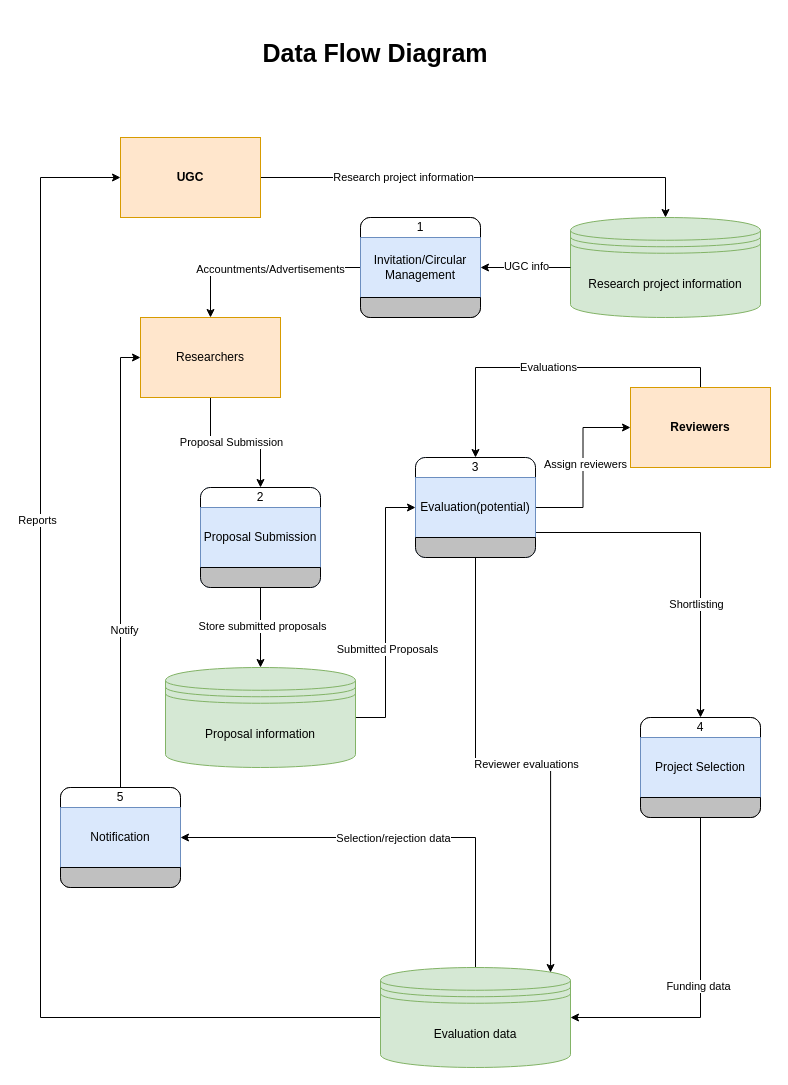
rafidrahman1/research_project_management_software keeps this draw.io diagram as Diagrams/DFD.drawio. Above is the earlier version. Source tidied: cells renumbered, new cells numbered last; positions are measured from the earlier drawing's top-left corner, leaving out a move shared by most shapes. Both pictures are drawn from the tidied source at 100%, with x=0, y=0 at pixel (40, 17).
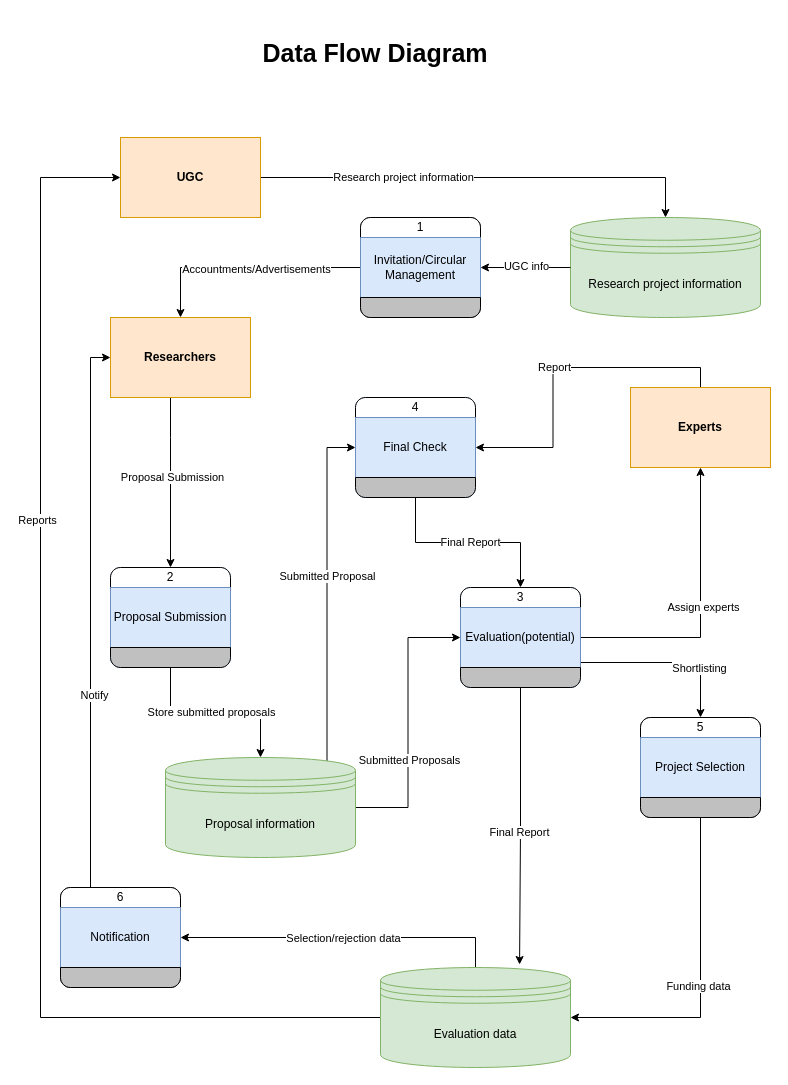
Above is the later version.

The change refers to these unchanged cells:
```xml
<mxCell id="43" value="&lt;span style=&quot;text-wrap: nowrap;&quot;&gt;Research project information&lt;/span&gt;" style="shape=datastore;whiteSpace=wrap;html=1;fillColor=#d5e8d4;strokeColor=#82b366;" parent="1" vertex="1">
  <mxGeometry x="530" y="200" width="190" height="100" as="geometry" />
</mxCell>
<mxCell id="51" value="&lt;span style=&quot;text-wrap: nowrap;&quot;&gt;Evaluation data&lt;/span&gt;" style="shape=datastore;whiteSpace=wrap;html=1;fillColor=#d5e8d4;strokeColor=#82b366;" parent="1" vertex="1">
  <mxGeometry x="340" y="950" width="190" height="100" as="geometry" />
</mxCell>
```

Diff of the diagram source:
```diff
@@
-    <mxCell id="5" style="edgeStyle=orthogonalEdgeStyle;rounded=0;jettySize=auto;html=1;entryX=0.5;entryY=0;entryDx=0;entryDy=0;" parent="1" edge="1" source="7" target="25">
-      <mxGeometry relative="1" as="geometry" />
-    </mxCell>
+    <mxCell id="57" style="edgeStyle=orthogonalEdgeStyle;rounded=0;jettySize=auto;html=1;entryX=0.5;entryY=0;entryDx=0;entryDy=0;" parent="1" edge="1" source="7" target="69">
+      <mxGeometry relative="1" as="geometry">
+        <Array as="points">
+          <mxPoint x="130" y="420" />
+          <mxPoint x="130" y="420" />
+        </Array>
+      </mxGeometry>
+    </mxCell>
-    <mxCell id="6" value="Proposal Submission" style="edgeLabel;html=1;align=center;verticalAlign=middle;" parent="5" vertex="1">
+    <mxCell id="6" value="Proposal Submission" style="edgeLabel;html=1;align=center;verticalAlign=middle;" parent="57" vertex="1">
       <mxGeometry x="-0.07" y="1" relative="1" as="geometry" />
     </mxCell>
-    <mxCell id="7" value="Researchers" style="rounded=0;whiteSpace=wrap;html=1;fillColor=#ffe6cc;strokeColor=#d79b00;" parent="1" vertex="1">
-      <mxGeometry x="100" y="300" width="140" height="80" as="geometry" />
+    <mxCell id="7" value="&lt;b&gt;Researchers&lt;/b&gt;" style="rounded=0;whiteSpace=wrap;html=1;fillColor=#ffe6cc;strokeColor=#d79b00;" parent="1" vertex="1">
+      <mxGeometry x="70" y="300" width="140" height="80" as="geometry" />
     </mxCell>
-    <mxCell id="8" style="edgeStyle=orthogonalEdgeStyle;rounded=0;jettySize=auto;html=1;exitX=0.5;exitY=0;exitDx=0;exitDy=0;entryX=0.5;entryY=0;entryDx=0;entryDy=0;" parent="1" edge="1" source="10" target="39">
-      <mxGeometry relative="1" as="geometry" />
-    </mxCell>
-    <mxCell id="9" value="Evaluations" style="edgeLabel;html=1;align=center;verticalAlign=middle;" parent="8" vertex="1">
-      <mxGeometry x="0.03" y="-1" relative="1" as="geometry" />
-    </mxCell>
-    <mxCell id="10" value="&lt;b&gt;Reviewers&lt;/b&gt;" style="rounded=0;whiteSpace=wrap;html=1;fillColor=#ffe6cc;strokeColor=#d79b00;" parent="1" vertex="1">
-      <mxGeometry x="590" y="370" width="140" height="80" as="geometry" />
-    </mxCell>
-    <mxCell id="11" style="edgeStyle=orthogonalEdgeStyle;rounded=0;jettySize=auto;html=1;entryX=0.5;entryY=0;entryDx=0;entryDy=0;" parent="1" edge="1" source="13" target="7">
-      <mxGeometry relative="1" as="geometry" />
-    </mxCell>
+    <mxCell id="58" style="edgeStyle=orthogonalEdgeStyle;rounded=0;jettySize=auto;html=1;exitX=0.5;exitY=0;exitDx=0;exitDy=0;entryX=1;entryY=0.5;entryDx=0;entryDy=0;" parent="1" edge="1" source="60" target="88">
+      <mxGeometry relative="1" as="geometry" />
+    </mxCell>
+    <mxCell id="59" value="Report" style="edgeLabel;html=1;align=center;verticalAlign=middle;" parent="58" vertex="1">
+      <mxGeometry x="0.03" y="-1" relative="1" as="geometry" />
+    </mxCell>
+    <mxCell id="60" value="&lt;b&gt;Experts&lt;/b&gt;" style="rounded=0;whiteSpace=wrap;html=1;fillColor=#ffe6cc;strokeColor=#d79b00;" parent="1" vertex="1">
+      <mxGeometry x="590" y="370" width="140" height="80" as="geometry" />
+    </mxCell>
+    <mxCell id="61" style="edgeStyle=orthogonalEdgeStyle;rounded=0;jettySize=auto;html=1;entryX=0.5;entryY=0;entryDx=0;entryDy=0;" parent="1" edge="1" source="62" target="7">
+      <mxGeometry relative="1" as="geometry" />
+    </mxCell>
-    <mxCell id="12" value="Accountments/Advertisements" style="edgeLabel;html=1;align=center;verticalAlign=middle;" parent="11" vertex="1">
+    <mxCell id="12" value="Accountments/Advertisements" style="edgeLabel;html=1;align=center;verticalAlign=middle;" parent="61" vertex="1">
       <mxGeometry x="-0.09" y="1" relative="1" as="geometry" />
     </mxCell>
-    <mxCell id="13" style="rounded=1;whiteSpace=wrap;html=1;absoluteArcSize=1;arcSize=20;horizontal=1;" parent="1" vertex="1">
-      <mxGeometry x="320" y="200" width="120" height="100" as="geometry" />
-    </mxCell>
+    <mxCell id="62" style="rounded=1;whiteSpace=wrap;html=1;absoluteArcSize=1;arcSize=20;horizontal=1;" parent="1" vertex="1">
+      <mxGeometry x="320" y="200" width="120" height="100" as="geometry" />
+    </mxCell>
-    <mxCell id="14" value="1" style="whiteSpace=wrap;html=1;shape=mxgraph.basic.rect;size=10;rectStyle=rounded;bottomRightStyle=square;bottomLeftStyle=square;" parent="13" vertex="1">
+    <mxCell id="14" value="1" style="whiteSpace=wrap;html=1;shape=mxgraph.basic.rect;size=10;rectStyle=rounded;bottomRightStyle=square;bottomLeftStyle=square;" parent="62" vertex="1">
       <mxGeometry width="120" height="20" as="geometry" />
     </mxCell>
-    <mxCell id="15" value="Invitation/Circular Management" style="shape=mxgraph.bpmn.task;taskMarker=abstract;whiteSpace=wrap;html=1;fillColor=#dae8fc;strokeColor=#6c8ebf;" parent="13" vertex="1">
+    <mxCell id="15" value="Invitation/Circular Management" style="shape=mxgraph.bpmn.task;taskMarker=abstract;whiteSpace=wrap;html=1;fillColor=#dae8fc;strokeColor=#6c8ebf;" parent="62" vertex="1">
       <mxGeometry y="20" width="120" height="60" as="geometry" />
     </mxCell>
-    <mxCell id="16" style="whiteSpace=wrap;html=1;shape=mxgraph.basic.rect;size=10;rectStyle=rounded;topRightStyle=square;topLeftStyle=square;fillColor=#C0C0C0;" parent="13" vertex="1">
-      <mxGeometry y="80" width="120" height="20" as="geometry" />
-    </mxCell>
-    <mxCell id="17" style="edgeStyle=orthogonalEdgeStyle;rounded=0;jettySize=auto;html=1;entryX=0;entryY=0.5;entryDx=0;entryDy=0;" parent="1" edge="1" source="19" target="7">
-      <mxGeometry relative="1" as="geometry" />
-    </mxCell>
+    <mxCell id="63" style="whiteSpace=wrap;html=1;shape=mxgraph.basic.rect;size=10;rectStyle=rounded;topRightStyle=square;topLeftStyle=square;fillColor=#C0C0C0;" parent="62" vertex="1">
+      <mxGeometry y="80" width="120" height="20" as="geometry" />
+    </mxCell>
+    <mxCell id="64" style="edgeStyle=orthogonalEdgeStyle;rounded=0;jettySize=auto;html=1;entryX=0;entryY=0.5;entryDx=0;entryDy=0;exitX=0.25;exitY=0;exitDx=0;exitDy=0;" parent="1" edge="1" source="65" target="7">
+      <mxGeometry relative="1" as="geometry" />
+    </mxCell>
-    <mxCell id="18" value="Notify" style="edgeLabel;html=1;align=center;verticalAlign=middle;" parent="17" vertex="1">
+    <mxCell id="18" value="Notify" style="edgeLabel;html=1;align=center;verticalAlign=middle;" parent="64" vertex="1">
       <mxGeometry x="-0.3" y="-3" relative="1" as="geometry" />
     </mxCell>
-    <mxCell id="19" style="rounded=1;whiteSpace=wrap;html=1;absoluteArcSize=1;arcSize=20;horizontal=1;" parent="1" vertex="1">
-      <mxGeometry x="20" y="770" width="120" height="100" as="geometry" />
-    </mxCell>
-    <mxCell id="20" value="5" style="whiteSpace=wrap;html=1;shape=mxgraph.basic.rect;size=10;rectStyle=rounded;bottomRightStyle=square;bottomLeftStyle=square;" parent="19" vertex="1">
-      <mxGeometry width="120" height="20" as="geometry" />
-    </mxCell>
+    <mxCell id="65" style="rounded=1;whiteSpace=wrap;html=1;absoluteArcSize=1;arcSize=20;horizontal=1;" parent="1" vertex="1">
+      <mxGeometry x="20" y="870" width="120" height="100" as="geometry" />
+    </mxCell>
+    <mxCell id="66" value="6" style="whiteSpace=wrap;html=1;shape=mxgraph.basic.rect;size=10;rectStyle=rounded;bottomRightStyle=square;bottomLeftStyle=square;" parent="65" vertex="1">
+      <mxGeometry width="120" height="20" as="geometry" />
+    </mxCell>
-    <mxCell id="21" value="Notification" style="shape=mxgraph.bpmn.task;taskMarker=abstract;whiteSpace=wrap;html=1;fillColor=#dae8fc;strokeColor=#6c8ebf;" parent="19" vertex="1">
+    <mxCell id="21" value="Notification" style="shape=mxgraph.bpmn.task;taskMarker=abstract;whiteSpace=wrap;html=1;fillColor=#dae8fc;strokeColor=#6c8ebf;" parent="65" vertex="1">
       <mxGeometry y="20" width="120" height="60" as="geometry" />
     </mxCell>
-    <mxCell id="22" style="whiteSpace=wrap;html=1;shape=mxgraph.basic.rect;size=10;rectStyle=rounded;topRightStyle=square;topLeftStyle=square;fillColor=#C0C0C0;" parent="19" vertex="1">
-      <mxGeometry y="80" width="120" height="20" as="geometry" />
-    </mxCell>
-    <mxCell id="23" style="edgeStyle=orthogonalEdgeStyle;rounded=0;jettySize=auto;html=1;" parent="1" edge="1" source="25" target="46">
-      <mxGeometry relative="1" as="geometry" />
-    </mxCell>
+    <mxCell id="67" style="whiteSpace=wrap;html=1;shape=mxgraph.basic.rect;size=10;rectStyle=rounded;topRightStyle=square;topLeftStyle=square;fillColor=#C0C0C0;" parent="65" vertex="1">
+      <mxGeometry y="80" width="120" height="20" as="geometry" />
+    </mxCell>
+    <mxCell id="68" style="edgeStyle=orthogonalEdgeStyle;rounded=0;jettySize=auto;html=1;" parent="1" edge="1" source="69" target="46">
+      <mxGeometry relative="1" as="geometry" />
+    </mxCell>
-    <mxCell id="24" value="Store submitted proposals" style="edgeLabel;html=1;align=center;verticalAlign=middle;" parent="23" vertex="1">
+    <mxCell id="24" value="Store submitted proposals" style="edgeLabel;html=1;align=center;verticalAlign=middle;" parent="68" vertex="1">
       <mxGeometry x="-0.06" y="1" relative="1" as="geometry" />
     </mxCell>
-    <mxCell id="25" style="rounded=1;whiteSpace=wrap;html=1;absoluteArcSize=1;arcSize=20;horizontal=1;fillColor=#dae8fc;strokeColor=#6c8ebf;" parent="1" vertex="1">
-      <mxGeometry x="160" y="470" width="120" height="100" as="geometry" />
-    </mxCell>
+    <mxCell id="69" style="rounded=1;whiteSpace=wrap;html=1;absoluteArcSize=1;arcSize=20;horizontal=1;fillColor=#dae8fc;strokeColor=#6c8ebf;" parent="1" vertex="1">
+      <mxGeometry x="70" y="550" width="120" height="100" as="geometry" />
+    </mxCell>
-    <mxCell id="26" value="2" style="whiteSpace=wrap;html=1;shape=mxgraph.basic.rect;size=10;rectStyle=rounded;bottomRightStyle=square;bottomLeftStyle=square;" parent="25" vertex="1">
+    <mxCell id="26" value="2" style="whiteSpace=wrap;html=1;shape=mxgraph.basic.rect;size=10;rectStyle=rounded;bottomRightStyle=square;bottomLeftStyle=square;" parent="69" vertex="1">
       <mxGeometry width="120" height="20" as="geometry" />
     </mxCell>
-    <mxCell id="27" value="Proposal Submission" style="shape=mxgraph.bpmn.task;taskMarker=abstract;whiteSpace=wrap;html=1;fillColor=#dae8fc;strokeColor=#6c8ebf;" parent="25" vertex="1">
+    <mxCell id="27" value="Proposal Submission" style="shape=mxgraph.bpmn.task;taskMarker=abstract;whiteSpace=wrap;html=1;fillColor=#dae8fc;strokeColor=#6c8ebf;" parent="69" vertex="1">
       <mxGeometry y="20" width="120" height="60" as="geometry" />
     </mxCell>
-    <mxCell id="28" style="whiteSpace=wrap;html=1;shape=mxgraph.basic.rect;size=10;rectStyle=rounded;topRightStyle=square;topLeftStyle=square;fillColor=#C0C0C0;" parent="25" vertex="1">
-      <mxGeometry y="80" width="120" height="20" as="geometry" />
-    </mxCell>
-    <mxCell id="29" style="edgeStyle=orthogonalEdgeStyle;rounded=0;jettySize=auto;html=1;entryX=1;entryY=0.5;entryDx=0;entryDy=0;exitX=0.5;exitY=1;exitDx=0;exitDy=0;" parent="1" edge="1" source="31" target="51">
-      <mxGeometry relative="1" as="geometry" />
-    </mxCell>
+    <mxCell id="70" style="whiteSpace=wrap;html=1;shape=mxgraph.basic.rect;size=10;rectStyle=rounded;topRightStyle=square;topLeftStyle=square;fillColor=#C0C0C0;" parent="69" vertex="1">
+      <mxGeometry y="80" width="120" height="20" as="geometry" />
+    </mxCell>
+    <mxCell id="71" style="edgeStyle=orthogonalEdgeStyle;rounded=0;jettySize=auto;html=1;entryX=1;entryY=0.5;entryDx=0;entryDy=0;exitX=0.5;exitY=1;exitDx=0;exitDy=0;" parent="1" edge="1" source="72" target="51">
+      <mxGeometry relative="1" as="geometry" />
+    </mxCell>
-    <mxCell id="30" value="Funding data" style="edgeLabel;html=1;align=center;verticalAlign=middle;" parent="29" vertex="1">
+    <mxCell id="30" value="Funding data" style="edgeLabel;html=1;align=center;verticalAlign=middle;" parent="71" vertex="1">
       <mxGeometry x="0.02" y="-3" relative="1" as="geometry" />
     </mxCell>
-    <mxCell id="31" style="rounded=1;whiteSpace=wrap;html=1;absoluteArcSize=1;arcSize=20;horizontal=1;" parent="1" vertex="1">
-      <mxGeometry x="600" y="700" width="120" height="100" as="geometry" />
-    </mxCell>
-    <mxCell id="32" value="4" style="whiteSpace=wrap;html=1;shape=mxgraph.basic.rect;size=10;rectStyle=rounded;bottomRightStyle=square;bottomLeftStyle=square;" parent="31" vertex="1">
-      <mxGeometry width="120" height="20" as="geometry" />
-    </mxCell>
+    <mxCell id="72" style="rounded=1;whiteSpace=wrap;html=1;absoluteArcSize=1;arcSize=20;horizontal=1;" parent="1" vertex="1">
+      <mxGeometry x="600" y="700" width="120" height="100" as="geometry" />
+    </mxCell>
+    <mxCell id="20" value="5" style="whiteSpace=wrap;html=1;shape=mxgraph.basic.rect;size=10;rectStyle=rounded;bottomRightStyle=square;bottomLeftStyle=square;" parent="72" vertex="1">
+      <mxGeometry width="120" height="20" as="geometry" />
+    </mxCell>
-    <mxCell id="33" value="Project Selection" style="shape=mxgraph.bpmn.task;taskMarker=abstract;whiteSpace=wrap;html=1;fillColor=#dae8fc;strokeColor=#6c8ebf;" parent="31" vertex="1">
+    <mxCell id="33" value="Project Selection" style="shape=mxgraph.bpmn.task;taskMarker=abstract;whiteSpace=wrap;html=1;fillColor=#dae8fc;strokeColor=#6c8ebf;" parent="72" vertex="1">
       <mxGeometry y="20" width="120" height="60" as="geometry" />
     </mxCell>
-    <mxCell id="34" style="whiteSpace=wrap;html=1;shape=mxgraph.basic.rect;size=10;rectStyle=rounded;topRightStyle=square;topLeftStyle=square;fillColor=#C0C0C0;" parent="31" vertex="1">
-      <mxGeometry y="80" width="120" height="20" as="geometry" />
-    </mxCell>
-    <mxCell id="35" style="edgeStyle=orthogonalEdgeStyle;rounded=0;jettySize=auto;html=1;entryX=0;entryY=0.5;entryDx=0;entryDy=0;" parent="1" edge="1" source="39" target="10">
-      <mxGeometry relative="1" as="geometry" />
-    </mxCell>
-    <mxCell id="36" value="Assign reviewers" style="edgeLabel;html=1;align=center;verticalAlign=middle;" parent="35" vertex="1">
-      <mxGeometry x="0.04" y="-2" relative="1" as="geometry" />
-    </mxCell>
-    <mxCell id="37" style="edgeStyle=orthogonalEdgeStyle;rounded=0;jettySize=auto;html=1;exitX=1;exitY=0.75;exitDx=0;exitDy=0;entryX=0.5;entryY=0;entryDx=0;entryDy=0;" parent="1" edge="1" source="39" target="31">
-      <mxGeometry relative="1" as="geometry" />
-    </mxCell>
+    <mxCell id="73" style="whiteSpace=wrap;html=1;shape=mxgraph.basic.rect;size=10;rectStyle=rounded;topRightStyle=square;topLeftStyle=square;fillColor=#C0C0C0;" parent="72" vertex="1">
+      <mxGeometry y="80" width="120" height="20" as="geometry" />
+    </mxCell>
+    <mxCell id="74" style="edgeStyle=orthogonalEdgeStyle;rounded=0;jettySize=auto;html=1;entryX=0.5;entryY=1;entryDx=0;entryDy=0;" parent="1" edge="1" source="77" target="60">
+      <mxGeometry relative="1" as="geometry" />
+    </mxCell>
+    <mxCell id="75" value="Assign experts" style="edgeLabel;html=1;align=center;verticalAlign=middle;" parent="74" vertex="1">
+      <mxGeometry x="0.04" y="-2" relative="1" as="geometry" />
+    </mxCell>
+    <mxCell id="76" style="edgeStyle=orthogonalEdgeStyle;rounded=0;jettySize=auto;html=1;exitX=1;exitY=0.75;exitDx=0;exitDy=0;entryX=0.5;entryY=0;entryDx=0;entryDy=0;" parent="1" edge="1" source="77" target="72">
+      <mxGeometry relative="1" as="geometry" />
+    </mxCell>
-    <mxCell id="38" value="Shortlisting" style="edgeLabel;html=1;align=center;verticalAlign=middle;" parent="37" vertex="1">
+    <mxCell id="38" value="Shortlisting" style="edgeLabel;html=1;align=center;verticalAlign=middle;" parent="76" vertex="1">
       <mxGeometry x="0.35" y="-5" relative="1" as="geometry" />
     </mxCell>
-    <mxCell id="39" style="rounded=1;whiteSpace=wrap;html=1;absoluteArcSize=1;arcSize=20;horizontal=1;fillColor=#dae8fc;strokeColor=#6c8ebf;" parent="1" vertex="1">
-      <mxGeometry x="375" y="440" width="120" height="100" as="geometry" />
-    </mxCell>
+    <mxCell id="77" style="rounded=1;whiteSpace=wrap;html=1;absoluteArcSize=1;arcSize=20;horizontal=1;fillColor=#dae8fc;strokeColor=#6c8ebf;" parent="1" vertex="1">
+      <mxGeometry x="420" y="570" width="120" height="100" as="geometry" />
+    </mxCell>
-    <mxCell id="40" value="3" style="whiteSpace=wrap;html=1;shape=mxgraph.basic.rect;size=10;rectStyle=rounded;bottomRightStyle=square;bottomLeftStyle=square;" parent="39" vertex="1">
+    <mxCell id="40" value="3" style="whiteSpace=wrap;html=1;shape=mxgraph.basic.rect;size=10;rectStyle=rounded;bottomRightStyle=square;bottomLeftStyle=square;" parent="77" vertex="1">
       <mxGeometry width="120" height="20" as="geometry" />
     </mxCell>
-    <mxCell id="41" value="Evaluation(potential)" style="shape=mxgraph.bpmn.task;taskMarker=abstract;whiteSpace=wrap;html=1;fillColor=#dae8fc;strokeColor=#6c8ebf;" parent="39" vertex="1">
+    <mxCell id="41" value="Evaluation(potential)" style="shape=mxgraph.bpmn.task;taskMarker=abstract;whiteSpace=wrap;html=1;fillColor=#dae8fc;strokeColor=#6c8ebf;" parent="77" vertex="1">
       <mxGeometry y="20" width="120" height="60" as="geometry" />
     </mxCell>
-    <mxCell id="42" style="whiteSpace=wrap;html=1;shape=mxgraph.basic.rect;size=10;rectStyle=rounded;topRightStyle=square;topLeftStyle=square;fillColor=#C0C0C0;" parent="39" vertex="1">
-      <mxGeometry y="80" width="120" height="20" as="geometry" />
-    </mxCell>
+    <mxCell id="78" style="whiteSpace=wrap;html=1;shape=mxgraph.basic.rect;size=10;rectStyle=rounded;topRightStyle=square;topLeftStyle=square;fillColor=#C0C0C0;" parent="77" vertex="1">
+      <mxGeometry y="80" width="120" height="20" as="geometry" />
+    </mxCell>
@@
-    <mxCell id="44" style="edgeStyle=orthogonalEdgeStyle;rounded=0;jettySize=auto;html=1;entryX=0;entryY=0.5;entryDx=0;entryDy=0;" parent="1" edge="1" source="46" target="39">
-      <mxGeometry relative="1" as="geometry" />
-    </mxCell>
+    <mxCell id="79" style="edgeStyle=orthogonalEdgeStyle;rounded=0;jettySize=auto;html=1;entryX=0;entryY=0.5;entryDx=0;entryDy=0;" parent="1" edge="1" source="46" target="77">
+      <mxGeometry relative="1" as="geometry" />
+    </mxCell>
-    <mxCell id="45" value="Submitted Proposals" style="edgeLabel;html=1;align=center;verticalAlign=middle;" parent="44" vertex="1">
+    <mxCell id="45" value="Submitted Proposals" style="edgeLabel;html=1;align=center;verticalAlign=middle;" parent="79" vertex="1">
       <mxGeometry x="-0.27" y="-1" relative="1" as="geometry" />
     </mxCell>
+    <mxCell id="80" style="edgeStyle=orthogonalEdgeStyle;rounded=0;jettySize=auto;html=1;exitX=0.85;exitY=0.05;exitDx=0;exitDy=0;exitPerimeter=0;entryX=0;entryY=0.5;entryDx=0;entryDy=0;" parent="1" edge="1" source="46" target="88">
+      <mxGeometry relative="1" as="geometry" />
+    </mxCell>
+    <mxCell id="81" value="Submitted Proposal" style="edgeLabel;html=1;align=center;verticalAlign=middle;" parent="80" vertex="1">
+      <mxGeometry x="0.09" y="1" relative="1" as="geometry">
+        <mxPoint x="1" as="offset" />
+      </mxGeometry>
+    </mxCell>
     <mxCell id="46" value="&lt;span style=&quot;text-wrap: nowrap;&quot;&gt;Proposal information&lt;/span&gt;" style="shape=datastore;whiteSpace=wrap;html=1;fillColor=#d5e8d4;strokeColor=#82b366;" parent="1" vertex="1">
-      <mxGeometry x="125" y="650" width="190" height="100" as="geometry" />
+      <mxGeometry x="125" y="740" width="190" height="100" as="geometry" />
     </mxCell>
-    <mxCell id="47" style="edgeStyle=orthogonalEdgeStyle;rounded=0;jettySize=auto;html=1;entryX=1;entryY=0.5;entryDx=0;entryDy=0;exitX=0.5;exitY=0;exitDx=0;exitDy=0;" parent="1" edge="1" source="51" target="19">
-      <mxGeometry relative="1" as="geometry" />
-    </mxCell>
+    <mxCell id="82" style="edgeStyle=orthogonalEdgeStyle;rounded=0;jettySize=auto;html=1;entryX=1;entryY=0.5;entryDx=0;entryDy=0;exitX=0.5;exitY=0;exitDx=0;exitDy=0;" parent="1" edge="1" source="51" target="65">
+      <mxGeometry relative="1" as="geometry" />
+    </mxCell>
-    <mxCell id="48" value="Selection/rejection data" style="edgeLabel;html=1;align=center;verticalAlign=middle;" parent="47" vertex="1">
+    <mxCell id="48" value="Selection/rejection data" style="edgeLabel;html=1;align=center;verticalAlign=middle;" parent="82" vertex="1">
       <mxGeometry relative="1" as="geometry" />
     </mxCell>
@@
-    <mxCell id="52" style="edgeStyle=orthogonalEdgeStyle;rounded=0;jettySize=auto;html=1;" parent="1" edge="1" source="43" target="13">
-      <mxGeometry relative="1" as="geometry" />
-    </mxCell>
+    <mxCell id="83" style="edgeStyle=orthogonalEdgeStyle;rounded=0;jettySize=auto;html=1;" parent="1" edge="1" source="43" target="62">
+      <mxGeometry relative="1" as="geometry" />
+    </mxCell>
-    <mxCell id="53" value="UGC info" style="edgeLabel;html=1;align=center;verticalAlign=middle;" parent="52" vertex="1">
+    <mxCell id="53" value="UGC info" style="edgeLabel;html=1;align=center;verticalAlign=middle;" parent="83" vertex="1">
       <mxGeometry y="-2" relative="1" as="geometry" />
     </mxCell>
-    <mxCell id="54" style="edgeStyle=orthogonalEdgeStyle;rounded=0;jettySize=auto;html=1;exitX=0.5;exitY=1;exitDx=0;exitDy=0;entryX=0.895;entryY=0.05;entryDx=0;entryDy=0;entryPerimeter=0;" parent="1" edge="1" source="39" target="51">
-      <mxGeometry relative="1" as="geometry" />
-    </mxCell>
-    <mxCell id="55" value="Reviewer evaluations" style="edgeLabel;html=1;align=center;verticalAlign=middle;" parent="54" vertex="1">
-      <mxGeometry x="0.04" y="-1" relative="1" as="geometry" />
-    </mxCell>
+    <mxCell id="84" style="edgeStyle=orthogonalEdgeStyle;rounded=0;jettySize=auto;html=1;exitX=0.5;exitY=1;exitDx=0;exitDy=0;entryX=0.732;entryY=-0.03;entryDx=0;entryDy=0;entryPerimeter=0;" parent="1" edge="1" source="77" target="51">
+      <mxGeometry relative="1" as="geometry" />
+    </mxCell>
+    <mxCell id="85" value="Final Report" style="edgeLabel;html=1;align=center;verticalAlign=middle;" parent="84" vertex="1">
+      <mxGeometry x="0.04" y="-1" relative="1" as="geometry" />
+    </mxCell>
@@
+    <mxCell id="86" style="edgeStyle=orthogonalEdgeStyle;rounded=0;jettySize=auto;html=1;exitX=0.5;exitY=1;exitDx=0;exitDy=0;entryX=0.5;entryY=0;entryDx=0;entryDy=0;" parent="1" edge="1" source="88" target="77">
+      <mxGeometry relative="1" as="geometry" />
+    </mxCell>
+    <mxCell id="87" value="Final Report" style="edgeLabel;html=1;align=center;verticalAlign=middle;" parent="86" vertex="1">
+      <mxGeometry x="0.02" y="1" relative="1" as="geometry" />
+    </mxCell>
+    <mxCell id="88" style="rounded=1;whiteSpace=wrap;html=1;absoluteArcSize=1;arcSize=20;horizontal=1;fillColor=#dae8fc;strokeColor=#6c8ebf;" parent="1" vertex="1">
+      <mxGeometry x="315" y="380" width="120" height="100" as="geometry" />
+    </mxCell>
+    <mxCell id="32" value="4" style="whiteSpace=wrap;html=1;shape=mxgraph.basic.rect;size=10;rectStyle=rounded;bottomRightStyle=square;bottomLeftStyle=square;" parent="88" vertex="1">
+      <mxGeometry width="120" height="20" as="geometry" />
+    </mxCell>
+    <mxCell id="89" value="Final Check" style="shape=mxgraph.bpmn.task;taskMarker=abstract;whiteSpace=wrap;html=1;fillColor=#dae8fc;strokeColor=#6c8ebf;" parent="88" vertex="1">
+      <mxGeometry y="20" width="120" height="60" as="geometry" />
+    </mxCell>
+    <mxCell id="90" style="whiteSpace=wrap;html=1;shape=mxgraph.basic.rect;size=10;rectStyle=rounded;topRightStyle=square;topLeftStyle=square;fillColor=#C0C0C0;" parent="88" vertex="1">
+      <mxGeometry y="80" width="120" height="20" as="geometry" />
+    </mxCell>
```
